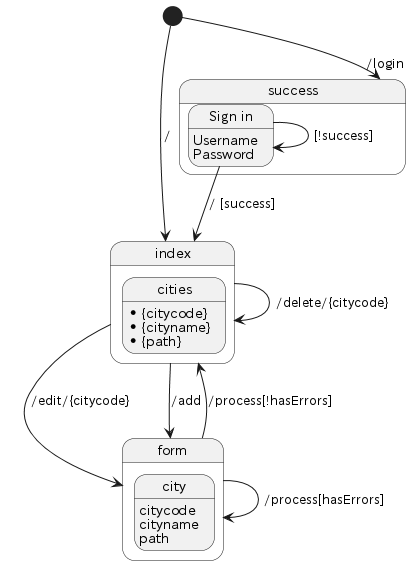
This is controller.png from yuuhayashi/task-bldg, a PlantUML export, as it was before one commit.
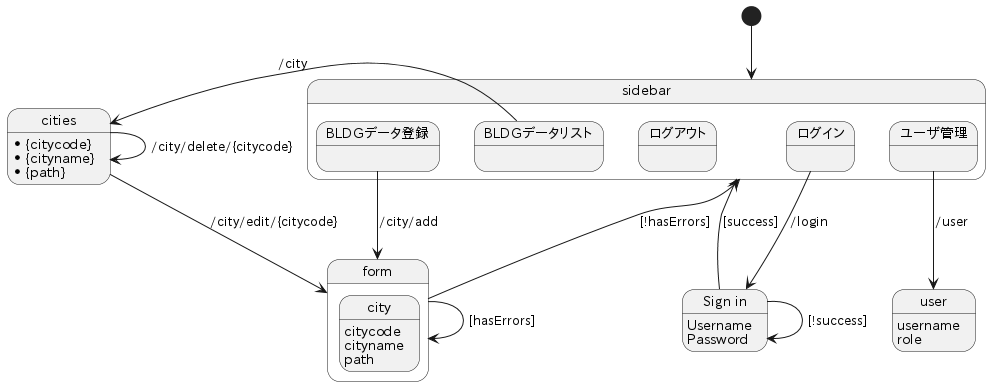
After the commit.

Diff of the diagram source:
```diff
@@ -1,22 +1,30 @@
 @startuml
 
-[*] --> success : /login
-[*] --> index : /
+[*] --> sidebar
 
-state success {
-	state "Sign in" as login
-	login : Username
-	login : Password
+state sidebar {
+	state "ユーザ管理" as users
+	state "ログイン" as login
+	state "ログアウト" as logout
+	state "BLDGデータリスト" as indeies
+	state "BLDGデータ登録" as add
 }
-login --> index : / [success]
-login --> login : [!success]
 
-state index {
-	state cities
+state "Sign in" as signin {
+	signin : Username
+	signin : Password
+}
+login --> signin : /login
+signin --> signin : [!success]
+sidebar <-- signin : [success]
+
+state cities
 	cities : *{citycode}
 	cities : *{cityname}
 	cities : *{path}
 }
+indeies --> cities : /city
+
 state form {
 	state city {
 		city : citycode
@@ -25,10 +33,16 @@
 	}
 }
 
-index --> index : /delete/{citycode}
-index --> form : /edit/{citycode}
-index --> form : /add
-form --> index : /process[!hasErrors]
-form --> form : /process[hasErrors]
+state user {
+	user : username
+	user : role
+}
+users --> user : /user
+
+cities --> cities : /city/delete/{citycode}
+cities --> form : /city/edit/{citycode}
+add --> form : /city/add
+form --> sidebar : [!hasErrors]
+form --> form : [hasErrors]
 
 @enduml
```
